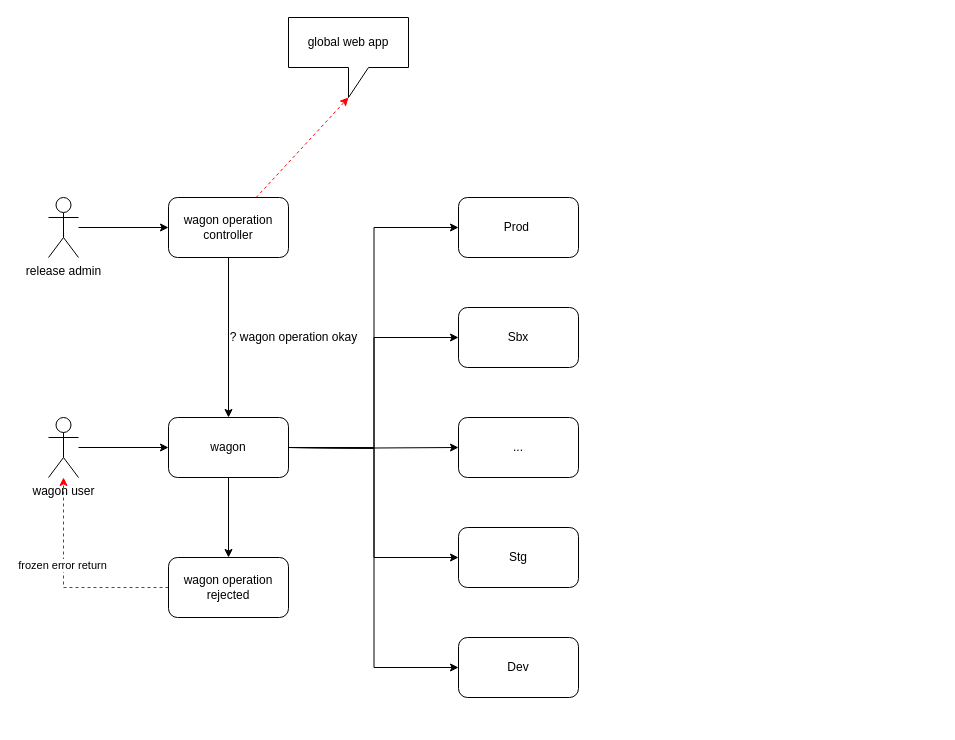
This is wagon freeze.drawio from jiangtao7/draw.io, a draw.io file, before an edit. Source tidied: cells renumbered, new cells numbered last; positions are measured from the earlier drawing's top-left corner, leaving out a move shared by most shapes. Both pictures are drawn from the tidied source at 100%, with x=0, y=0 at pixel (48, 17).
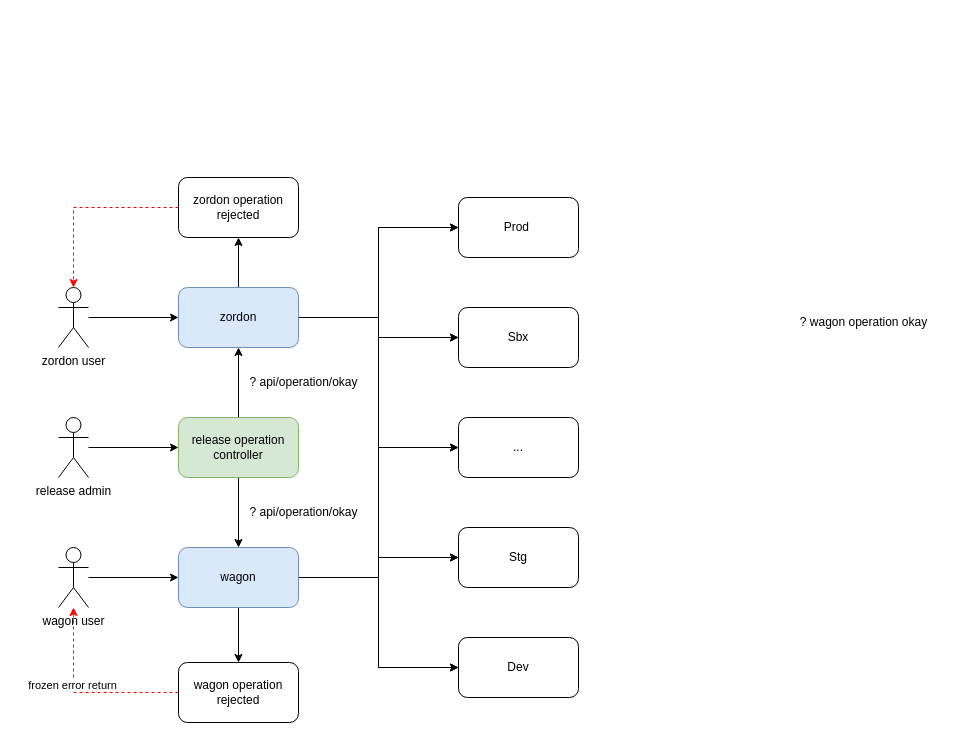
The same page after the edit.

Unchanged cells that the change refers to:
```xml
<mxCell id="9" value="Prod&amp;nbsp;" style="rounded=1;whiteSpace=wrap;html=1;" parent="1" vertex="1">
  <mxGeometry x="410" y="180" width="120" height="60" as="geometry" />
</mxCell>
<mxCell id="10" value="Sbx" style="rounded=1;whiteSpace=wrap;html=1;" parent="1" vertex="1">
  <mxGeometry x="410" y="290" width="120" height="60" as="geometry" />
</mxCell>
<mxCell id="11" value="..." style="rounded=1;whiteSpace=wrap;html=1;" parent="1" vertex="1">
  <mxGeometry x="410" y="400" width="120" height="60" as="geometry" />
</mxCell>
<mxCell id="12" value="Stg" style="rounded=1;whiteSpace=wrap;html=1;" parent="1" vertex="1">
  <mxGeometry x="410" y="510" width="120" height="60" as="geometry" />
</mxCell>
<mxCell id="13" value="Dev" style="rounded=1;whiteSpace=wrap;html=1;" parent="1" vertex="1">
  <mxGeometry x="410" y="620" width="120" height="60" as="geometry" />
</mxCell>
```

The edit, as a diff of the source:
```diff
@@
+    <mxCell id="26" style="edgeStyle=orthogonalEdgeStyle;rounded=0;jettySize=auto;html=1;entryX=0;entryY=0.5;entryDx=0;entryDy=0;strokeColor=#000000;startArrow=none;startFill=0;" parent="1" edge="1" source="3" target="13">
+      <mxGeometry relative="1" as="geometry" />
+    </mxCell>
+    <mxCell id="27" style="edgeStyle=orthogonalEdgeStyle;rounded=0;jettySize=auto;html=1;entryX=0;entryY=0.5;entryDx=0;entryDy=0;strokeColor=#000000;startArrow=none;startFill=0;" parent="1" edge="1" source="3" target="12">
+      <mxGeometry relative="1" as="geometry" />
+    </mxCell>
+    <mxCell id="28" style="edgeStyle=orthogonalEdgeStyle;rounded=0;jettySize=auto;html=1;entryX=0;entryY=0.5;entryDx=0;entryDy=0;strokeColor=#000000;startArrow=none;startFill=0;" parent="1" edge="1" source="3" target="11">
+      <mxGeometry relative="1" as="geometry" />
+    </mxCell>
+    <mxCell id="29" style="edgeStyle=orthogonalEdgeStyle;rounded=0;jettySize=auto;html=1;entryX=0;entryY=0.5;entryDx=0;entryDy=0;strokeColor=#000000;startArrow=none;startFill=0;" parent="1" edge="1" source="3" target="10">
+      <mxGeometry relative="1" as="geometry" />
+    </mxCell>
+    <mxCell id="30" style="edgeStyle=orthogonalEdgeStyle;rounded=0;jettySize=auto;html=1;entryX=0;entryY=0.5;entryDx=0;entryDy=0;strokeColor=#000000;startArrow=none;startFill=0;" parent="1" edge="1" source="3" target="9">
+      <mxGeometry relative="1" as="geometry" />
+    </mxCell>
-    <mxCell id="3" value="wagon" style="rounded=1;whiteSpace=wrap;html=1;" parent="1" vertex="1">
-      <mxGeometry x="120" y="400" width="120" height="60" as="geometry" />
+    <mxCell id="3" value="wagon" style="rounded=1;whiteSpace=wrap;html=1;fillColor=#dae8fc;strokeColor=#6c8ebf;" parent="1" vertex="1">
+      <mxGeometry x="130" y="530" width="120" height="60" as="geometry" />
     </mxCell>
-    <mxCell id="4" style="edgeStyle=orthogonalEdgeStyle;rounded=0;jettySize=auto;html=1;entryX=0;entryY=0.5;entryDx=0;entryDy=0;" parent="1" edge="1" target="9">
-      <mxGeometry relative="1" as="geometry">
-        <mxPoint x="240" y="430" as="sourcePoint" />
-      </mxGeometry>
-    </mxCell>
-    <mxCell id="5" style="edgeStyle=orthogonalEdgeStyle;rounded=0;jettySize=auto;html=1;entryX=0;entryY=0.5;entryDx=0;entryDy=0;" parent="1" edge="1" target="10">
-      <mxGeometry relative="1" as="geometry">
-        <mxPoint x="240" y="430" as="sourcePoint" />
-      </mxGeometry>
-    </mxCell>
-    <mxCell id="6" style="edgeStyle=orthogonalEdgeStyle;rounded=0;jettySize=auto;html=1;entryX=0;entryY=0.5;entryDx=0;entryDy=0;" parent="1" edge="1" target="11">
-      <mxGeometry relative="1" as="geometry">
-        <mxPoint x="240" y="430" as="sourcePoint" />
-      </mxGeometry>
-    </mxCell>
-    <mxCell id="7" style="edgeStyle=orthogonalEdgeStyle;rounded=0;jettySize=auto;html=1;entryX=0;entryY=0.5;entryDx=0;entryDy=0;" parent="1" edge="1" target="12">
-      <mxGeometry relative="1" as="geometry">
-        <mxPoint x="240" y="430" as="sourcePoint" />
-      </mxGeometry>
-    </mxCell>
-    <mxCell id="8" style="edgeStyle=orthogonalEdgeStyle;rounded=0;jettySize=auto;html=1;entryX=0;entryY=0.5;entryDx=0;entryDy=0;" parent="1" edge="1" target="13">
-      <mxGeometry relative="1" as="geometry">
-        <mxPoint x="240" y="430" as="sourcePoint" />
-      </mxGeometry>
-    </mxCell>
@@
+    <mxCell id="31" style="edgeStyle=orthogonalEdgeStyle;rounded=0;jettySize=auto;html=1;entryX=0.5;entryY=1;entryDx=0;entryDy=0;strokeColor=#000000;startArrow=none;startFill=0;" parent="1" edge="1" source="16" target="38">
+      <mxGeometry relative="1" as="geometry" />
+    </mxCell>
-    <mxCell id="14" style="edgeStyle=none;rounded=0;jettySize=auto;html=1;entryX=0.5;entryY=0;entryDx=0;entryDy=0;startArrow=none;startFill=0;" parent="1" edge="1" source="16" target="3">
+    <mxCell id="14" style="edgeStyle=orthogonalEdgeStyle;rounded=0;jettySize=auto;html=1;entryX=0.5;entryY=0;entryDx=0;entryDy=0;strokeColor=#000000;startArrow=none;startFill=0;" parent="1" edge="1" source="16" target="3">
       <mxGeometry relative="1" as="geometry" />
     </mxCell>
-    <mxCell id="15" style="edgeStyle=none;rounded=0;jettySize=auto;html=1;entryX=0;entryY=0;entryDx=60;entryDy=80;entryPerimeter=0;dashed=1;strokeColor=#FF0000;startArrow=none;startFill=0;" parent="1" edge="1" source="16" target="25">
-      <mxGeometry relative="1" as="geometry" />
-    </mxCell>
-    <mxCell id="16" value="wagon operation controller" style="rounded=1;whiteSpace=wrap;html=1;" parent="1" vertex="1">
-      <mxGeometry x="120" y="180" width="120" height="60" as="geometry" />
+    <mxCell id="16" value="release operation controller" style="rounded=1;whiteSpace=wrap;html=1;fillColor=#d5e8d4;strokeColor=#82b366;" parent="1" vertex="1">
+      <mxGeometry x="130" y="400" width="120" height="60" as="geometry" />
     </mxCell>
@@
     <mxCell id="18" value="wagon user" style="shape=umlActor;verticalLabelPosition=bottom;verticalAlign=top;html=1;outlineConnect=0;" parent="1" vertex="1">
-      <mxGeometry y="400" width="30" height="60" as="geometry" />
+      <mxGeometry x="10" y="530" width="30" height="60" as="geometry" />
     </mxCell>
@@
     <mxCell id="20" value="release admin" style="shape=umlActor;verticalLabelPosition=bottom;verticalAlign=top;html=1;outlineConnect=0;" parent="1" vertex="1">
-      <mxGeometry y="180" width="30" height="60" as="geometry" />
+      <mxGeometry x="10" y="400" width="30" height="60" as="geometry" />
     </mxCell>
     <mxCell id="21" value="? wagon operation okay" style="text;html=1;align=center;verticalAlign=middle;strokeColor=none;fillColor=none;" parent="1" vertex="1">
-      <mxGeometry x="170" y="305" width="150" height="30" as="geometry" />
+      <mxGeometry x="740" y="290" width="150" height="30" as="geometry" />
     </mxCell>
     <mxCell id="22" style="edgeStyle=none;rounded=0;jettySize=auto;html=1;startArrow=none;startFill=0;dashed=1;strokeColor=#FF0000;" parent="1" edge="1" source="24" target="18">
       <mxGeometry relative="1" as="geometry">
         <Array as="points">
-          <mxPoint x="15" y="570" />
+          <mxPoint x="25" y="675" />
         </Array>
       </mxGeometry>
     </mxCell>
@@
     <mxCell id="24" value="wagon operation rejected" style="rounded=1;whiteSpace=wrap;html=1;" parent="1" vertex="1">
-      <mxGeometry x="120" y="540" width="120" height="60" as="geometry" />
+      <mxGeometry x="130" y="645" width="120" height="60" as="geometry" />
     </mxCell>
-    <mxCell id="25" value="global web app" style="shape=callout;whiteSpace=wrap;html=1;perimeter=calloutPerimeter;" parent="1" vertex="1">
-      <mxGeometry x="240" width="120" height="80" as="geometry" />
-    </mxCell>
+    <mxCell id="32" style="edgeStyle=none;rounded=0;jettySize=auto;html=1;startArrow=none;startFill=0;" parent="1" edge="1" source="38" target="42">
+      <mxGeometry relative="1" as="geometry" />
+    </mxCell>
+    <mxCell id="33" style="edgeStyle=orthogonalEdgeStyle;rounded=0;jettySize=auto;html=1;entryX=0;entryY=0.5;entryDx=0;entryDy=0;strokeColor=#000000;startArrow=none;startFill=0;" parent="1" edge="1" source="38" target="9">
+      <mxGeometry relative="1" as="geometry" />
+    </mxCell>
+    <mxCell id="34" style="edgeStyle=orthogonalEdgeStyle;rounded=0;jettySize=auto;html=1;entryX=0;entryY=0.5;entryDx=0;entryDy=0;strokeColor=#000000;startArrow=none;startFill=0;" parent="1" edge="1" source="38" target="10">
+      <mxGeometry relative="1" as="geometry" />
+    </mxCell>
+    <mxCell id="35" style="edgeStyle=orthogonalEdgeStyle;rounded=0;jettySize=auto;html=1;entryX=0;entryY=0.5;entryDx=0;entryDy=0;strokeColor=#000000;startArrow=none;startFill=0;" parent="1" edge="1" source="38" target="11">
+      <mxGeometry relative="1" as="geometry" />
+    </mxCell>
+    <mxCell id="36" style="edgeStyle=orthogonalEdgeStyle;rounded=0;jettySize=auto;html=1;entryX=0;entryY=0.5;entryDx=0;entryDy=0;strokeColor=#000000;startArrow=none;startFill=0;" parent="1" edge="1" source="38" target="12">
+      <mxGeometry relative="1" as="geometry" />
+    </mxCell>
+    <mxCell id="37" style="edgeStyle=orthogonalEdgeStyle;rounded=0;jettySize=auto;html=1;entryX=0;entryY=0.5;entryDx=0;entryDy=0;strokeColor=#000000;startArrow=none;startFill=0;" parent="1" edge="1" source="38" target="13">
+      <mxGeometry relative="1" as="geometry" />
+    </mxCell>
+    <mxCell id="38" value="zordon" style="rounded=1;whiteSpace=wrap;html=1;fillColor=#dae8fc;strokeColor=#6c8ebf;" parent="1" vertex="1">
+      <mxGeometry x="130" y="270" width="120" height="60" as="geometry" />
+    </mxCell>
+    <mxCell id="39" style="edgeStyle=none;rounded=0;jettySize=auto;html=1;startArrow=none;startFill=0;" parent="1" edge="1" source="40" target="38">
+      <mxGeometry relative="1" as="geometry" />
+    </mxCell>
+    <mxCell id="40" value="zordon user" style="shape=umlActor;verticalLabelPosition=bottom;verticalAlign=top;html=1;outlineConnect=0;" parent="1" vertex="1">
+      <mxGeometry x="10" y="270" width="30" height="60" as="geometry" />
+    </mxCell>
+    <mxCell id="41" style="edgeStyle=orthogonalEdgeStyle;rounded=0;jettySize=auto;html=1;entryX=0.5;entryY=0;entryDx=0;entryDy=0;entryPerimeter=0;strokeColor=#FF0000;startArrow=none;startFill=0;dashed=1;" parent="1" edge="1" source="42" target="40">
+      <mxGeometry relative="1" as="geometry" />
+    </mxCell>
+    <mxCell id="42" value="zordon operation rejected" style="rounded=1;whiteSpace=wrap;html=1;" parent="1" vertex="1">
+      <mxGeometry x="130" y="160" width="120" height="60" as="geometry" />
+    </mxCell>
+    <mxCell id="43" value="? api/operation/okay" style="text;html=1;align=center;verticalAlign=middle;strokeColor=none;fillColor=none;" parent="1" vertex="1">
+      <mxGeometry x="190" y="350" width="130" height="30" as="geometry" />
+    </mxCell>
+    <mxCell id="44" value="? api/operation/okay" style="text;html=1;align=center;verticalAlign=middle;strokeColor=none;fillColor=none;" parent="1" vertex="1">
+      <mxGeometry x="190" y="480" width="130" height="30" as="geometry" />
+    </mxCell>
```
